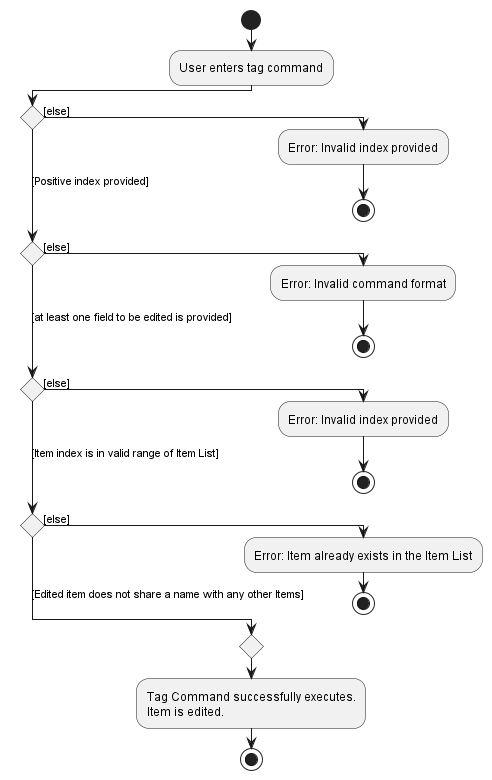
The PlantUML diagram docs/images/EditItemActivityDiagram.png in nus-cs2103-AY2223S1/tp, before a commit. The source it was exported from:
```plantuml
@startuml
!pragma useVerticalIf on
start
:User enters tag command;
if () then ([else])
  :Error: Invalid index provided;
  stop
([Positive index provided]) elseif () then ([else])
  :Error: Invalid command format;
  stop
([at least one field to be edited is provided]) elseif () then ([else])
  :Error: Invalid index provided;
  stop
([Item index is in valid range of Item List])elseif () then ([else])
  :Error: Item already exists in the Item List;
   stop
 else ([Edited item does not share a name with any other Items])
endif
  :Tag Command successfully executes.
Item is edited.;
stop

@enduml
```
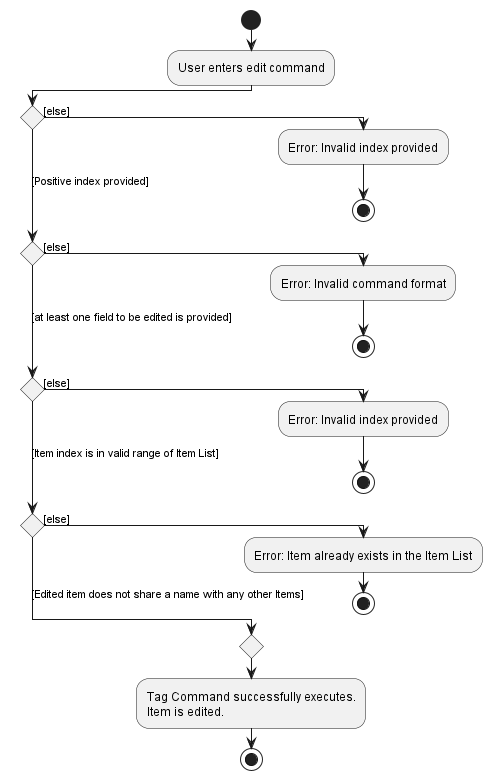
The same diagram one commit later.

Commit message:
Fix edit command activity diagram

Diff of the diagram source:
```diff
@@ -1,7 +1,7 @@
 @startuml
 !pragma useVerticalIf on
 start
-:User enters tag command;
+:User enters edit command;
 if () then ([else])
   :Error: Invalid index provided;
   stop
```
